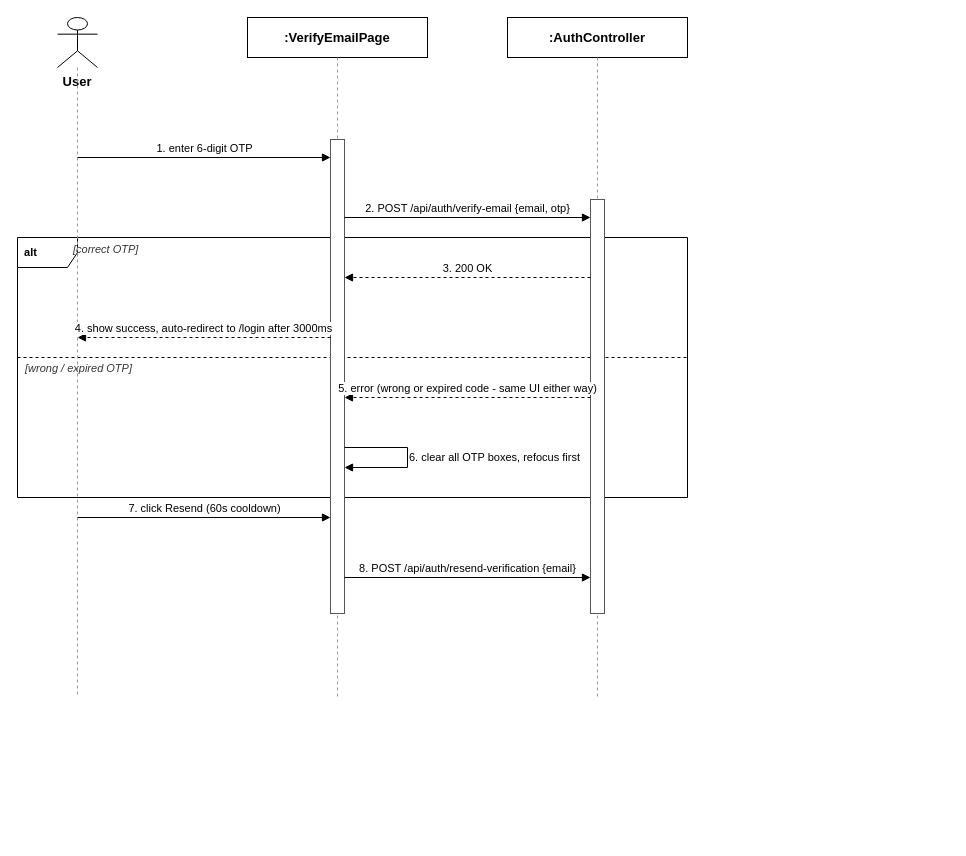
Earlier version of the draw.io diagram docs/qa/Hien_SequenceDiagram/3.1.7_Email_Verification.drawio (tulklk/AI_Interview_Question_Generation_RAG_LLM_FE). Source tidied: cells renumbered, new cells numbered last; positions are measured from the earlier drawing's top-left corner, leaving out a move shared by most shapes. Both pictures are drawn from the tidied source at 100%, with x=0, y=0 at pixel (17, 17).
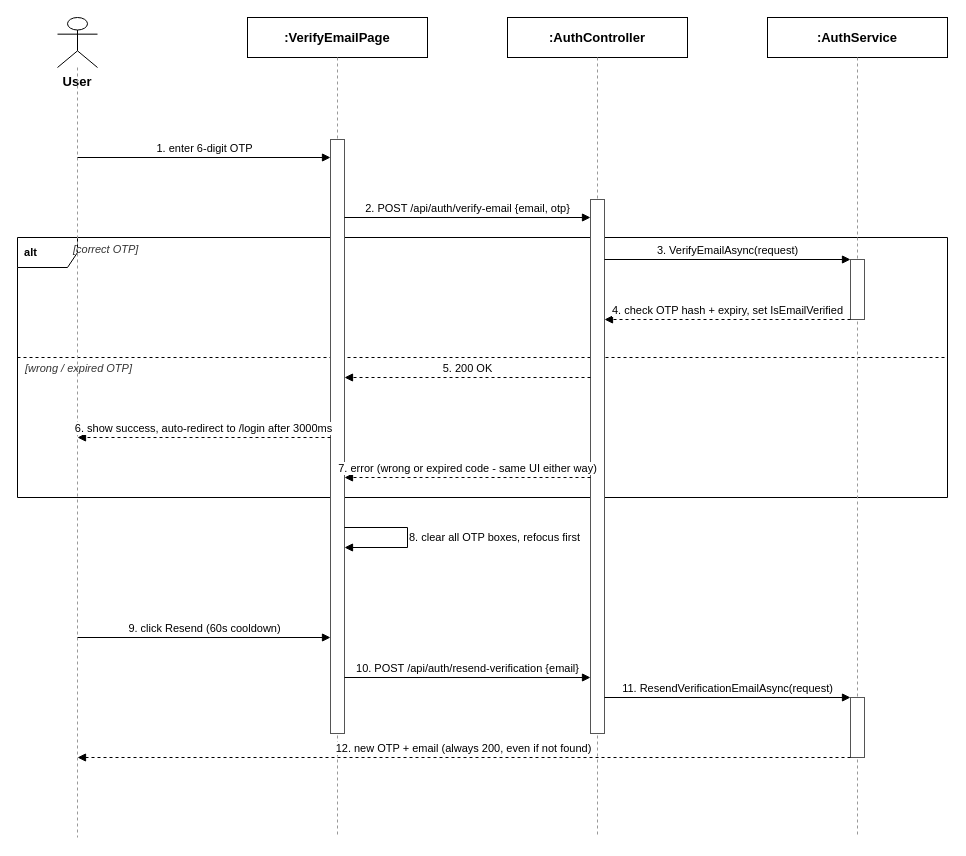
The same page after the edit.

Commit message (it also covers changes not shown here):
docs(qa): finish the last 2 gaps - Email Verification's Service layer, combined file sync

Change to the diagram source:
```diff
@@
     <mxCell id="2" value="&lt;b&gt;&amp;nbsp;alt&amp;nbsp;&lt;/b&gt;" style="shape=umlFrame;whiteSpace=wrap;html=1;align=left;verticalAlign=top;fontSize=11;spacingLeft=2;spacingTop=2;strokeColor=#000000;fillColor=none;" parent="1" vertex="1">
-      <mxGeometry y="220" width="670" height="260" as="geometry" />
+      <mxGeometry y="220" width="930" height="260" as="geometry" />
     </mxCell>
     <mxCell id="3" value="[correct OTP]" style="text;html=1;align=left;verticalAlign=middle;fontSize=11;fontColor=#333333;fontStyle=2;" parent="1" vertex="1">
-      <mxGeometry x="54" y="222" width="610" height="20" as="geometry" />
+      <mxGeometry x="54" y="222" width="870" height="20" as="geometry" />
     </mxCell>
     <mxCell id="4" style="endArrow=none;dashed=1;html=1;strokeColor=#000000;" parent="1" edge="1">
       <mxGeometry relative="1" as="geometry">
         <mxPoint y="340" as="sourcePoint" />
-        <mxPoint x="670" y="340" as="targetPoint" />
+        <mxPoint x="930" y="340" as="targetPoint" />
       </mxGeometry>
     </mxCell>
     <mxCell id="5" value="[wrong / expired OTP]" style="text;html=1;align=left;verticalAlign=middle;fontSize=11;fontColor=#333333;fontStyle=2;" parent="1" vertex="1">
-      <mxGeometry x="6" y="342" width="658" height="18" as="geometry" />
+      <mxGeometry x="6" y="342" width="918" height="18" as="geometry" />
     </mxCell>
@@
     <mxCell id="7" style="endArrow=none;dashed=1;html=1;strokeColor=#999999;" parent="1" edge="1">
       <mxGeometry relative="1" as="geometry">
         <mxPoint x="60" y="50" as="sourcePoint" />
-        <mxPoint x="60" y="680" as="targetPoint" />
+        <mxPoint x="60" y="820" as="targetPoint" />
       </mxGeometry>
     </mxCell>
@@
     <mxCell id="9" style="endArrow=none;dashed=1;html=1;strokeColor=#999999;" parent="1" edge="1">
       <mxGeometry relative="1" as="geometry">
         <mxPoint x="320" y="40" as="sourcePoint" />
-        <mxPoint x="320" y="680" as="targetPoint" />
+        <mxPoint x="320" y="820" as="targetPoint" />
       </mxGeometry>
     </mxCell>
@@
     <mxCell id="11" style="endArrow=none;dashed=1;html=1;strokeColor=#999999;" parent="1" edge="1">
       <mxGeometry relative="1" as="geometry">
         <mxPoint x="580" y="40" as="sourcePoint" />
-        <mxPoint x="580" y="680" as="targetPoint" />
+        <mxPoint x="580" y="820" as="targetPoint" />
       </mxGeometry>
     </mxCell>
+    <mxCell id="22" value=":AuthService" style="rounded=0;whiteSpace=wrap;html=1;fontSize=13;fillColor=#ffffff;strokeColor=#000000;fontStyle=1;" parent="1" vertex="1">
+      <mxGeometry x="750" width="180" height="40" as="geometry" />
+    </mxCell>
+    <mxCell id="23" style="endArrow=none;dashed=1;html=1;strokeColor=#999999;" parent="1" edge="1">
+      <mxGeometry relative="1" as="geometry">
+        <mxPoint x="840" y="40" as="sourcePoint" />
+        <mxPoint x="840" y="820" as="targetPoint" />
+      </mxGeometry>
+    </mxCell>
     <mxCell id="12" style="rounded=0;whiteSpace=wrap;html=1;fillColor=#ffffff;strokeColor=#555555;" parent="1" vertex="1">
-      <mxGeometry x="313" y="122" width="14" height="474" as="geometry" />
+      <mxGeometry x="313" y="122" width="14" height="594" as="geometry" />
     </mxCell>
     <mxCell id="13" style="rounded=0;whiteSpace=wrap;html=1;fillColor=#ffffff;strokeColor=#555555;" parent="1" vertex="1">
-      <mxGeometry x="573" y="182" width="14" height="414" as="geometry" />
+      <mxGeometry x="573" y="182" width="14" height="534" as="geometry" />
     </mxCell>
+    <mxCell id="24" style="rounded=0;whiteSpace=wrap;html=1;fillColor=#ffffff;strokeColor=#555555;" parent="1" vertex="1">
+      <mxGeometry x="833" y="242" width="14" height="60" as="geometry" />
+    </mxCell>
+    <mxCell id="25" style="rounded=0;whiteSpace=wrap;html=1;fillColor=#ffffff;strokeColor=#555555;" parent="1" vertex="1">
+      <mxGeometry x="833" y="680" width="14" height="60" as="geometry" />
+    </mxCell>
@@
+    <mxCell id="26" value="3. VerifyEmailAsync(request)" style="endArrow=block;endFill=1;html=1;fontSize=11;align=center;verticalAlign=bottom;labelBackgroundColor=#ffffff;strokeColor=#000000;" parent="1" edge="1">
+      <mxGeometry relative="1" as="geometry">
+        <mxPoint x="587" y="242" as="sourcePoint" />
+        <mxPoint x="833" y="242" as="targetPoint" />
+      </mxGeometry>
+    </mxCell>
+    <mxCell id="27" value="4. check OTP hash + expiry, set IsEmailVerified" style="endArrow=block;endFill=1;html=1;dashed=1;fontSize=11;align=center;verticalAlign=bottom;labelBackgroundColor=#ffffff;strokeColor=#000000;" parent="1" edge="1">
+      <mxGeometry relative="1" as="geometry">
+        <mxPoint x="833" y="302" as="sourcePoint" />
+        <mxPoint x="587" y="302" as="targetPoint" />
+      </mxGeometry>
+    </mxCell>
-    <mxCell id="16" value="3. 200 OK" style="endArrow=block;endFill=1;html=1;dashed=1;fontSize=11;align=center;verticalAlign=bottom;labelBackgroundColor=#ffffff;strokeColor=#000000;" parent="1" edge="1">
+    <mxCell id="16" value="5. 200 OK" style="endArrow=block;endFill=1;html=1;dashed=1;fontSize=11;align=center;verticalAlign=bottom;labelBackgroundColor=#ffffff;strokeColor=#000000;" parent="1" edge="1">
       <mxGeometry relative="1" as="geometry">
-        <mxPoint x="573" y="260" as="sourcePoint" />
-        <mxPoint x="327" y="260" as="targetPoint" />
+        <mxPoint x="573" y="360" as="sourcePoint" />
+        <mxPoint x="327" y="360" as="targetPoint" />
       </mxGeometry>
     </mxCell>
-    <mxCell id="17" value="4. show success, auto-redirect to /login after 3000ms" style="endArrow=block;endFill=1;html=1;dashed=1;fontSize=11;align=center;verticalAlign=bottom;labelBackgroundColor=#ffffff;strokeColor=#000000;" parent="1" edge="1">
+    <mxCell id="17" value="6. show success, auto-redirect to /login after 3000ms" style="endArrow=block;endFill=1;html=1;dashed=1;fontSize=11;align=center;verticalAlign=bottom;labelBackgroundColor=#ffffff;strokeColor=#000000;" parent="1" edge="1">
       <mxGeometry relative="1" as="geometry">
-        <mxPoint x="313" y="320" as="sourcePoint" />
-        <mxPoint x="60" y="320" as="targetPoint" />
+        <mxPoint x="313" y="420" as="sourcePoint" />
+        <mxPoint x="60" y="420" as="targetPoint" />
       </mxGeometry>
     </mxCell>
-    <mxCell id="18" value="5. error (wrong or expired code - same UI either way)" style="endArrow=block;endFill=1;html=1;dashed=1;fontSize=11;align=center;verticalAlign=bottom;labelBackgroundColor=#ffffff;strokeColor=#000000;" parent="1" edge="1">
+    <mxCell id="18" value="7. error (wrong or expired code - same UI either way)" style="endArrow=block;endFill=1;html=1;dashed=1;fontSize=11;align=center;verticalAlign=bottom;labelBackgroundColor=#ffffff;strokeColor=#000000;" parent="1" edge="1">
       <mxGeometry relative="1" as="geometry">
-        <mxPoint x="573" y="380" as="sourcePoint" />
-        <mxPoint x="327" y="380" as="targetPoint" />
+        <mxPoint x="573" y="460" as="sourcePoint" />
+        <mxPoint x="327" y="460" as="targetPoint" />
       </mxGeometry>
     </mxCell>
-    <mxCell id="19" value="6. clear all OTP boxes, refocus first" style="endArrow=block;endFill=1;html=1;fontSize=11;align=left;verticalAlign=middle;labelBackgroundColor=#ffffff;rounded=0;strokeColor=#000000;" parent="1" edge="1">
+    <mxCell id="19" value="8. clear all OTP boxes, refocus first" style="endArrow=block;endFill=1;html=1;fontSize=11;align=left;verticalAlign=middle;labelBackgroundColor=#ffffff;rounded=0;strokeColor=#000000;" parent="1" edge="1">
       <mxGeometry relative="1" as="geometry">
-        <mxPoint x="327" y="430" as="sourcePoint" />
-        <mxPoint x="327" y="450" as="targetPoint" />
+        <mxPoint x="327" y="510" as="sourcePoint" />
+        <mxPoint x="327" y="530" as="targetPoint" />
         <Array as="points">
-          <mxPoint x="390" y="430" />
-          <mxPoint x="390" y="450" />
+          <mxPoint x="390" y="510" />
+          <mxPoint x="390" y="530" />
         </Array>
       </mxGeometry>
     </mxCell>
-    <mxCell id="20" value="7. click Resend (60s cooldown)" style="endArrow=block;endFill=1;html=1;fontSize=11;align=center;verticalAlign=bottom;labelBackgroundColor=#ffffff;strokeColor=#000000;" parent="1" edge="1">
+    <mxCell id="20" value="9. click Resend (60s cooldown)" style="endArrow=block;endFill=1;html=1;fontSize=11;align=center;verticalAlign=bottom;labelBackgroundColor=#ffffff;strokeColor=#000000;" parent="1" edge="1">
       <mxGeometry relative="1" as="geometry">
-        <mxPoint x="60" y="500" as="sourcePoint" />
-        <mxPoint x="313" y="500" as="targetPoint" />
+        <mxPoint x="60" y="620" as="sourcePoint" />
+        <mxPoint x="313" y="620" as="targetPoint" />
       </mxGeometry>
     </mxCell>
-    <mxCell id="21" value="8. POST /api/auth/resend-verification {email}" style="endArrow=block;endFill=1;html=1;fontSize=11;align=center;verticalAlign=bottom;labelBackgroundColor=#ffffff;strokeColor=#000000;" parent="1" edge="1">
+    <mxCell id="21" value="10. POST /api/auth/resend-verification {email}" style="endArrow=block;endFill=1;html=1;fontSize=11;align=center;verticalAlign=bottom;labelBackgroundColor=#ffffff;strokeColor=#000000;" parent="1" edge="1">
       <mxGeometry relative="1" as="geometry">
-        <mxPoint x="327" y="560" as="sourcePoint" />
-        <mxPoint x="573" y="560" as="targetPoint" />
+        <mxPoint x="327" y="660" as="sourcePoint" />
+        <mxPoint x="573" y="660" as="targetPoint" />
       </mxGeometry>
     </mxCell>
+    <mxCell id="28" value="11. ResendVerificationEmailAsync(request)" style="endArrow=block;endFill=1;html=1;fontSize=11;align=center;verticalAlign=bottom;labelBackgroundColor=#ffffff;strokeColor=#000000;" parent="1" edge="1">
+      <mxGeometry relative="1" as="geometry">
+        <mxPoint x="587" y="680" as="sourcePoint" />
+        <mxPoint x="833" y="680" as="targetPoint" />
+      </mxGeometry>
+    </mxCell>
+    <mxCell id="29" value="12. new OTP + email (always 200, even if not found)" style="endArrow=block;endFill=1;html=1;dashed=1;fontSize=11;align=center;verticalAlign=bottom;labelBackgroundColor=#ffffff;strokeColor=#000000;" parent="1" edge="1">
+      <mxGeometry relative="1" as="geometry">
+        <mxPoint x="833" y="740" as="sourcePoint" />
+        <mxPoint x="60" y="740" as="targetPoint" />
+      </mxGeometry>
+    </mxCell>
```
